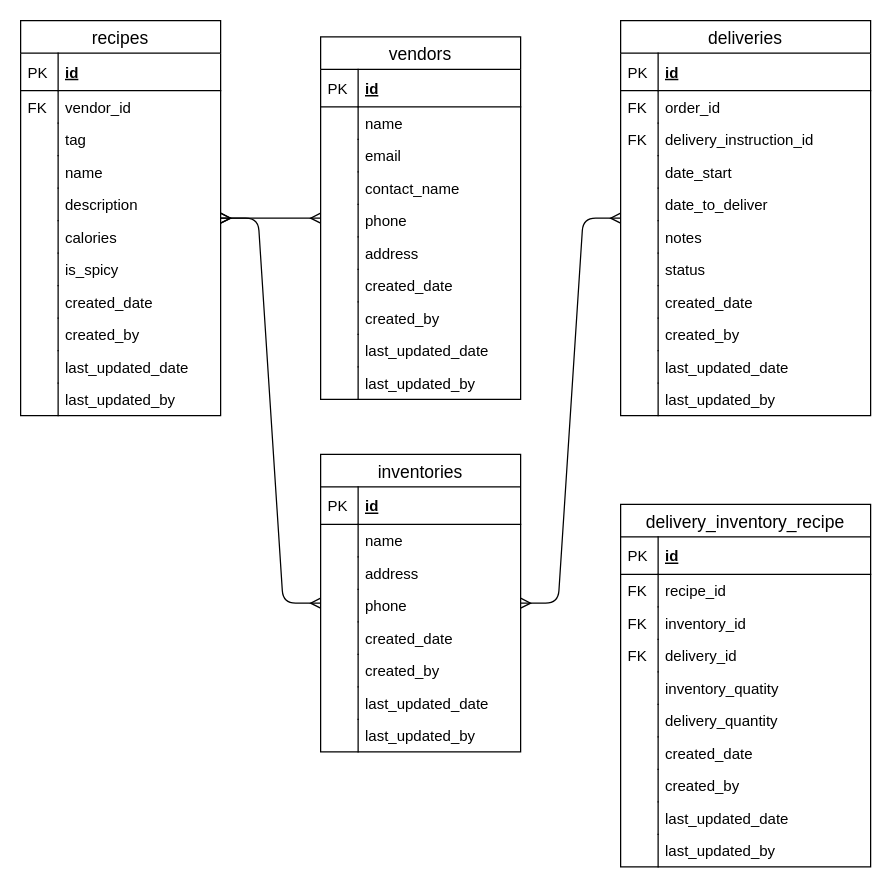
Before: page "SCM" (5 of 8) of phase 2/HelloFresh_Phase_2.drawio in IcedTea0000/data-analyst-demo, a draw.io diagram. Source tidied: cells renumbered, new cells numbered last; positions are measured from the earlier drawing's top-left corner, leaving out a move shared by most shapes. Both pictures are drawn from the tidied source at 125%, with x=0, y=0 at pixel (20, 20).
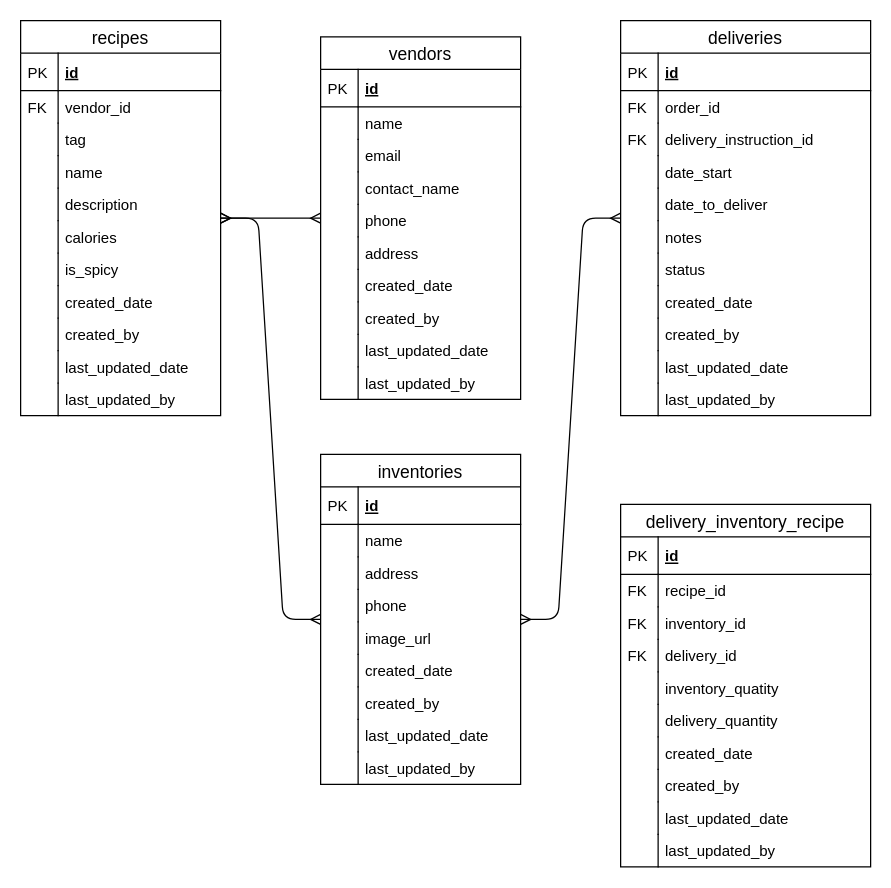
The same diagram, later.

Change to the diagram source:
```diff
@@
     <mxCell id="26" value="inventories" style="swimlane;fontStyle=0;horizontal=1;startSize=26;align=center;fontSize=14;fillColor=#FFFFFF;" parent="1" vertex="1">
-      <mxGeometry x="240" y="347" width="160" height="238" as="geometry" />
+      <mxGeometry x="240" y="347" width="160" height="264" as="geometry" />
     </mxCell>
@@
-    <mxCell id="35" value="created_date" style="shape=partialRectangle;top=0;left=0;right=0;bottom=0;align=left;verticalAlign=top;fillColor=none;spacingLeft=34;spacingRight=4;overflow=hidden;fontSize=12;" parent="26" vertex="1">
+    <mxCell id="35" value="image_url" style="shape=partialRectangle;top=0;left=0;right=0;bottom=0;align=left;verticalAlign=top;fillColor=none;spacingLeft=34;spacingRight=4;overflow=hidden;fontSize=12;" parent="26" vertex="1">
       <mxGeometry y="134" width="160" height="26" as="geometry" />
     </mxCell>
@@
+    <mxCell id="110" value="created_date" style="shape=partialRectangle;top=0;left=0;right=0;bottom=0;align=left;verticalAlign=top;fillColor=none;spacingLeft=34;spacingRight=4;overflow=hidden;fontSize=12;" parent="26" vertex="1">
+      <mxGeometry y="160" width="160" height="26" as="geometry" />
+    </mxCell>
+    <mxCell id="111" style="shape=partialRectangle;top=0;left=0;bottom=0;fillColor=none;align=left;verticalAlign=top;spacingLeft=4;spacingRight=4;overflow=hidden;fontSize=12;" parent="110" vertex="1">
+      <mxGeometry width="30" height="26" as="geometry" />
+    </mxCell>
     <mxCell id="37" value="created_by" style="shape=partialRectangle;top=0;left=0;right=0;bottom=0;align=left;verticalAlign=top;fillColor=none;spacingLeft=34;spacingRight=4;overflow=hidden;fontSize=12;" parent="26" vertex="1">
-      <mxGeometry y="160" width="160" height="26" as="geometry" />
+      <mxGeometry y="186" width="160" height="26" as="geometry" />
     </mxCell>
@@
     <mxCell id="39" value="last_updated_date" style="shape=partialRectangle;top=0;left=0;right=0;bottom=0;align=left;verticalAlign=top;fillColor=none;spacingLeft=34;spacingRight=4;overflow=hidden;fontSize=12;" parent="26" vertex="1">
-      <mxGeometry y="186" width="160" height="26" as="geometry" />
+      <mxGeometry y="212" width="160" height="26" as="geometry" />
     </mxCell>
@@
     <mxCell id="41" value="last_updated_by" style="shape=partialRectangle;top=0;left=0;right=0;bottom=0;align=left;verticalAlign=top;fillColor=none;spacingLeft=34;spacingRight=4;overflow=hidden;fontSize=12;" parent="26" vertex="1">
-      <mxGeometry y="212" width="160" height="26" as="geometry" />
+      <mxGeometry y="238" width="160" height="26" as="geometry" />
     </mxCell>
```
